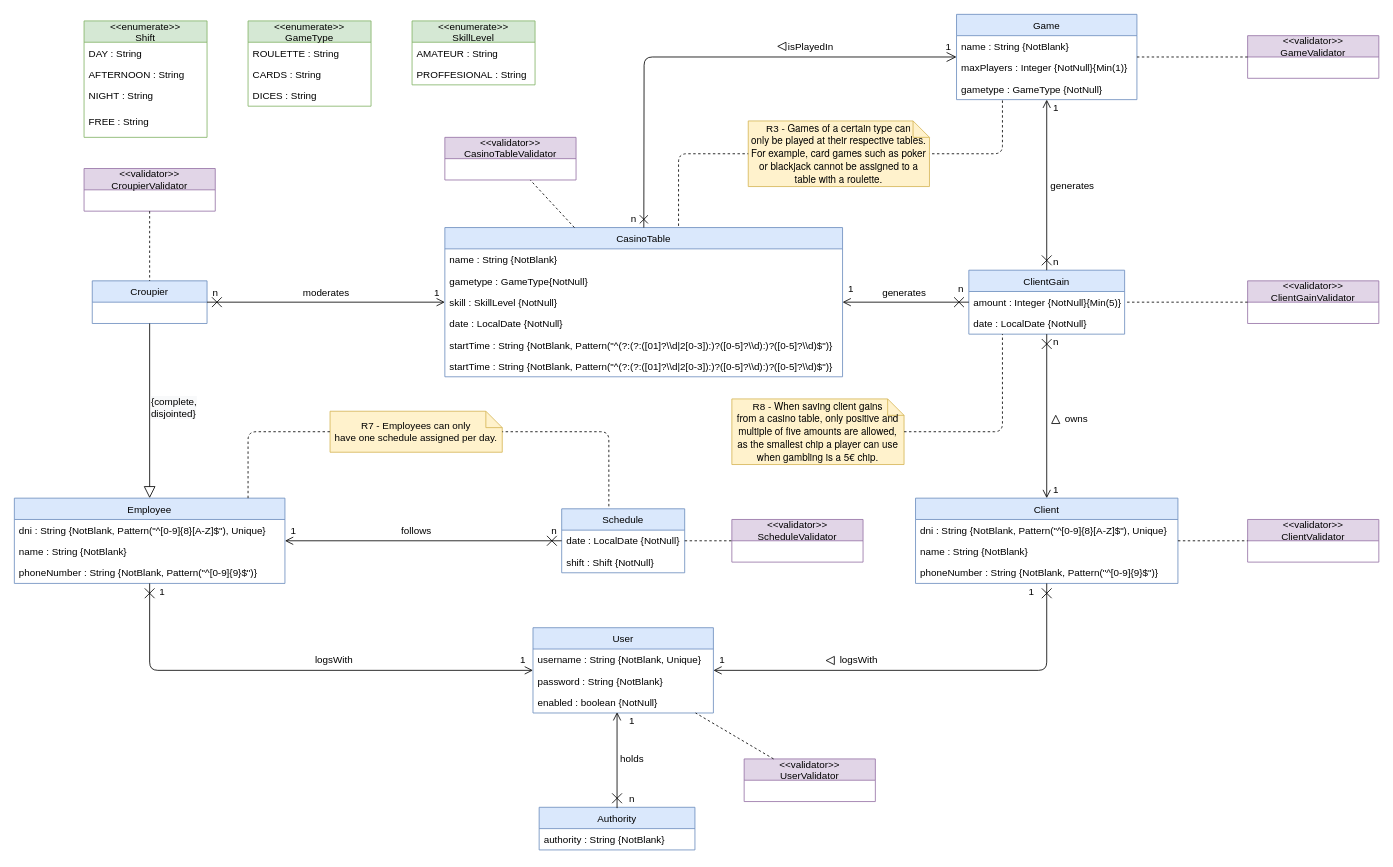
Above: page "V1-Casino" (1 of 3) of uml/Domain Model.drawio in gii-is-DP1/dp1-2020-g1-07 (draw.io), before the change. Source tidied: cells renumbered, new cells numbered last; positions are measured from the earlier drawing's top-left corner, leaving out a move shared by most shapes. Both pictures are drawn from the tidied source at 82%, with x=0, y=0 at pixel (14, 14).
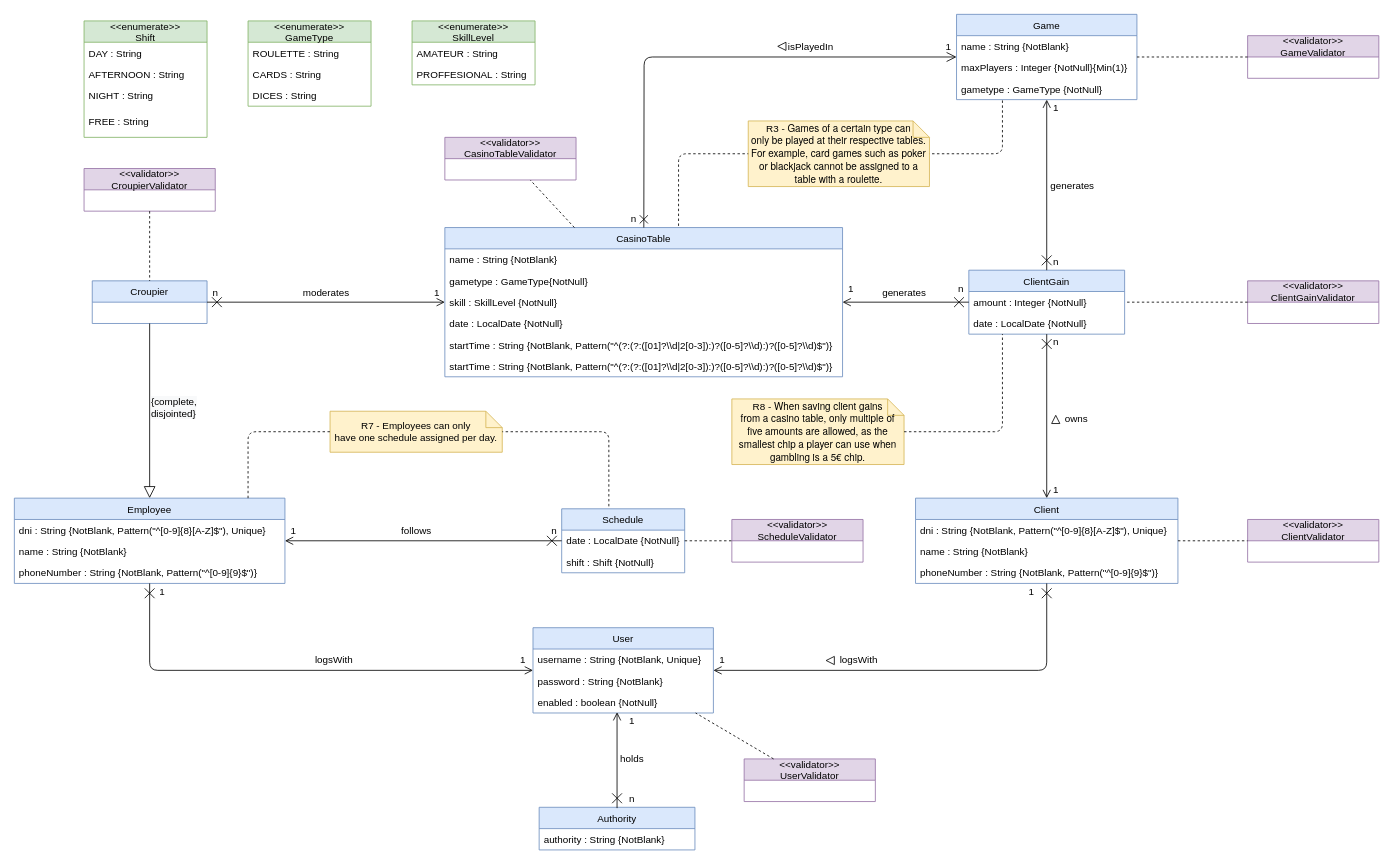
The same page after the edit.

The change refers to these unchanged cells:
```xml
<mxCell id="32" value="ClientGain" style="swimlane;fontStyle=0;horizontal=1;startSize=26;fillColor=#dae8fc;strokeColor=#6c8ebf;" parent="1" vertex="1">
  <mxGeometry x="1164" y="312" width="190" height="78" as="geometry" />
</mxCell>
```

What changed in the source:
```diff
@@
-    <mxCell id="33" value="amount : Integer {NotNull}{Min(5)}" style="text;align=left;verticalAlign=top;spacingLeft=4;spacingRight=4;overflow=hidden;" parent="32" vertex="1">
+    <mxCell id="33" value="amount : Integer {NotNull}" style="text;align=left;verticalAlign=top;spacingLeft=4;spacingRight=4;overflow=hidden;" parent="32" vertex="1">
       <mxGeometry y="26" width="190" height="26" as="geometry" />
     </mxCell>
@@
-    <mxCell id="66" value="&lt;font style=&quot;font-size: 12px&quot;&gt;&lt;span lang=&quot;EN-US&quot;&gt;&lt;font style=&quot;font-size: 12px&quot;&gt;R8 -&amp;nbsp;&lt;/font&gt;&lt;/span&gt;&lt;span style=&quot;font-family: &amp;#34;whitney&amp;#34; , &amp;#34;helvetica neue&amp;#34; , &amp;#34;helvetica&amp;#34; , &amp;#34;arial&amp;#34; , sans-serif&quot;&gt;When saving client gains&lt;br&gt;from a casino table, only positive and multiple of five amounts are allowed, as the smallest chip a player can use when gambling is a 5€ chip.&lt;/span&gt;&lt;/font&gt;" style="shape=note;size=20;whiteSpace=wrap;html=1;fillColor=#fff2cc;strokeColor=#d6b656;" parent="1" vertex="1">
+    <mxCell id="66" value="&lt;font style=&quot;font-size: 12px&quot;&gt;&lt;span lang=&quot;EN-US&quot;&gt;&lt;font style=&quot;font-size: 12px&quot;&gt;R8 -&amp;nbsp;&lt;/font&gt;&lt;/span&gt;&lt;span style=&quot;font-family: &amp;#34;whitney&amp;#34; , &amp;#34;helvetica neue&amp;#34; , &amp;#34;helvetica&amp;#34; , &amp;#34;arial&amp;#34; , sans-serif&quot;&gt;When saving client gains&lt;br&gt;from a casino table, only multiple of five amounts are allowed, as the smallest chip a player can use when gambling is a 5€ chip.&lt;/span&gt;&lt;/font&gt;" style="shape=note;size=20;whiteSpace=wrap;html=1;fillColor=#fff2cc;strokeColor=#d6b656;" parent="1" vertex="1">
       <mxGeometry x="875" y="469" width="210" height="80" as="geometry" />
     </mxCell>
```
